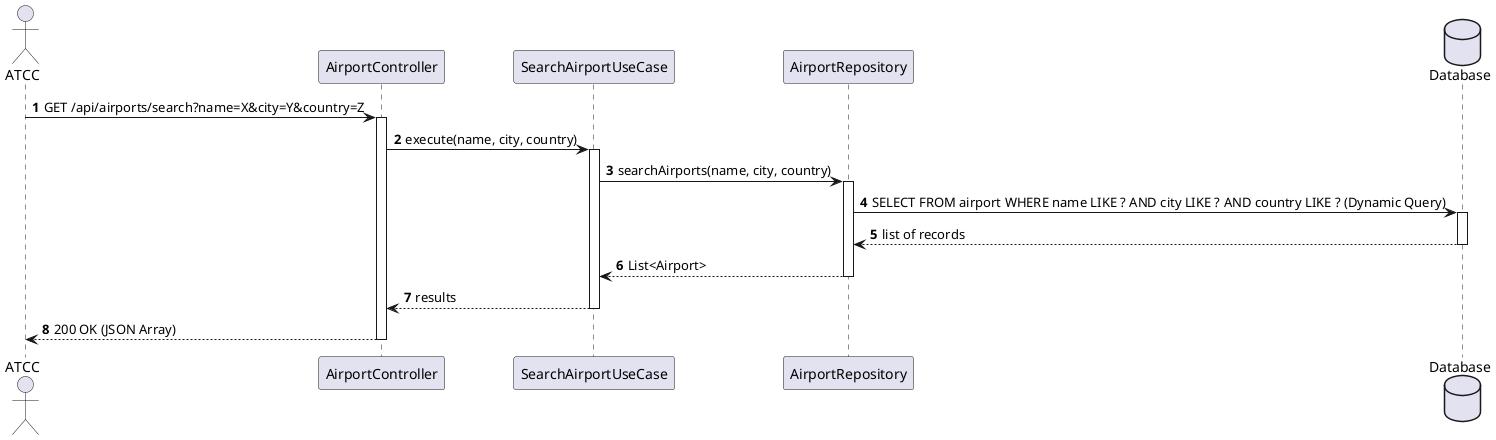
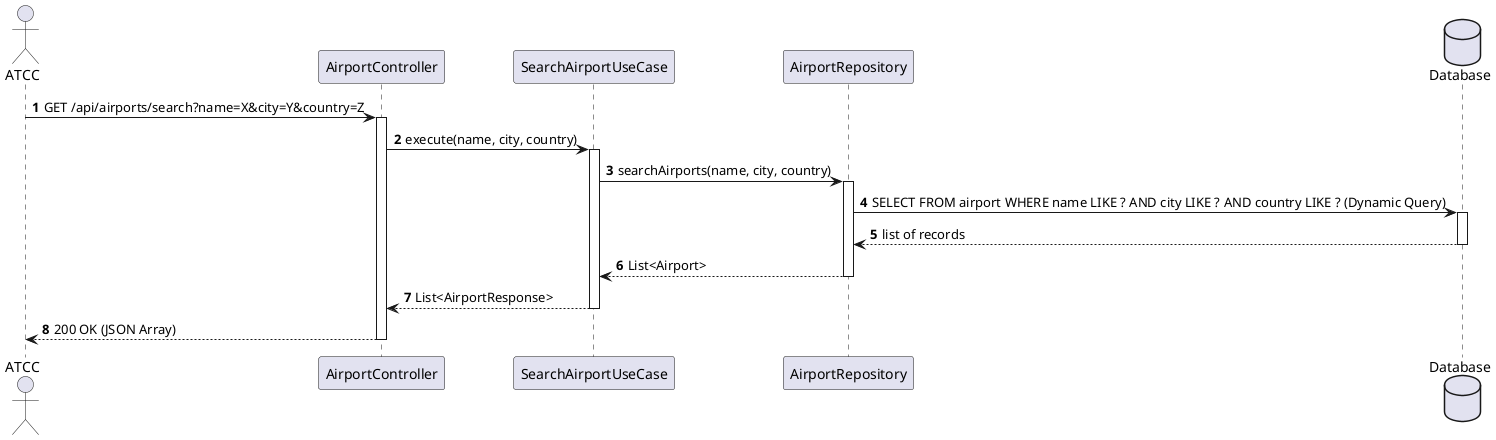
@startuml
autonumber
actor "ATCC" as ATCC
participant "AirportController" as Ctrl
participant "SearchAirportUseCase" as UC
participant "AirportRepository" as Repo
database "Database" as DB

ATCC -> Ctrl : GET /api/airports/search?name=X&city=Y&country=Z
activate Ctrl

Ctrl -> UC : execute(name, city, country)
activate UC

UC -> Repo : searchAirports(name, city, country)
activate Repo
Repo -> DB : SELECT FROM airport WHERE name LIKE ? AND city LIKE ? AND country LIKE ? (Dynamic Query)
activate DB
DB --> Repo : list of records
deactivate DB
Repo --> UC : List<Airport>
deactivate Repo

- UC --> Ctrl : results
+ UC --> Ctrl : List<AirportResponse>
deactivate UC

Ctrl --> ATCC : 200 OK (JSON Array)
deactivate Ctrl
@enduml
